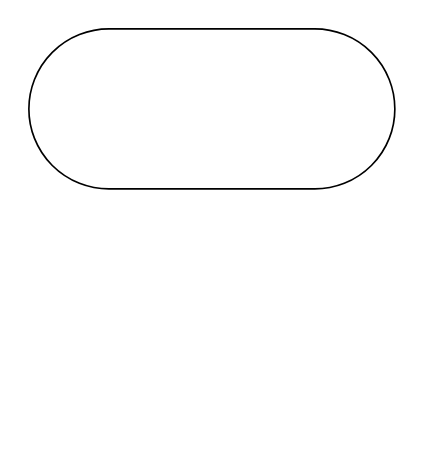
Above: LAB8_filter_sentences.drawio in kravecila28-ops/Block-diagram_templates (draw.io), before the change. Source tidied: cells renumbered, new cells numbered last; positions are measured from the earlier drawing's top-left corner, leaving out a move shared by most shapes. Both pictures are drawn from the tidied source at 165%, with x=0, y=0 at pixel (28, 28).
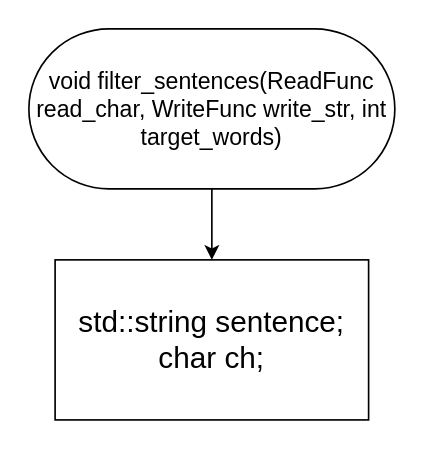
The same page after the edit.

Diff of the diagram source:
```diff
@@
 <mxGraphModel>
   <root>
     <mxCell id="0" />
     <mxCell id="1" parent="0" />
+    <mxCell id="3" style="edgeStyle=orthogonalEdgeStyle;rounded=0;jettySize=auto;html=1;exitX=0.5;exitY=1;exitDx=0;exitDy=0;entryX=0.5;entryY=0;entryDx=0;entryDy=0;" parent="1" edge="1" source="2" target="4">
+      <mxGeometry relative="1" as="geometry" />
+    </mxCell>
-    <mxCell id="2" style="rounded=1;whiteSpace=wrap;html=1;arcSize=50;labelBackgroundColor=none;" parent="1" vertex="1">
+    <mxCell id="2" value="&lt;font style=&quot;font-size: 14px;&quot;&gt;void filter_sentences(ReadFunc read_char, WriteFunc write_str, int target_words)&lt;/font&gt;" style="rounded=1;whiteSpace=wrap;html=1;arcSize=50;labelBackgroundColor=none;" parent="1" vertex="1">
       <mxGeometry width="221.8" height="97" as="geometry" />
     </mxCell>
+    <mxCell id="4" value="&lt;div&gt;&lt;font style=&quot;font-size: 18px;&quot;&gt;std::string sentence;&lt;/font&gt;&lt;/div&gt;&lt;div&gt;&lt;font style=&quot;font-size: 18px;&quot;&gt;char ch;&lt;/font&gt;&lt;/div&gt;" style="rounded=0;whiteSpace=wrap;html=1;labelBackgroundColor=none;" parent="1" vertex="1">
+      <mxGeometry x="15.9" y="140" width="190" height="97" as="geometry" />
+    </mxCell>
   </root>
 </mxGraphModel>
```
